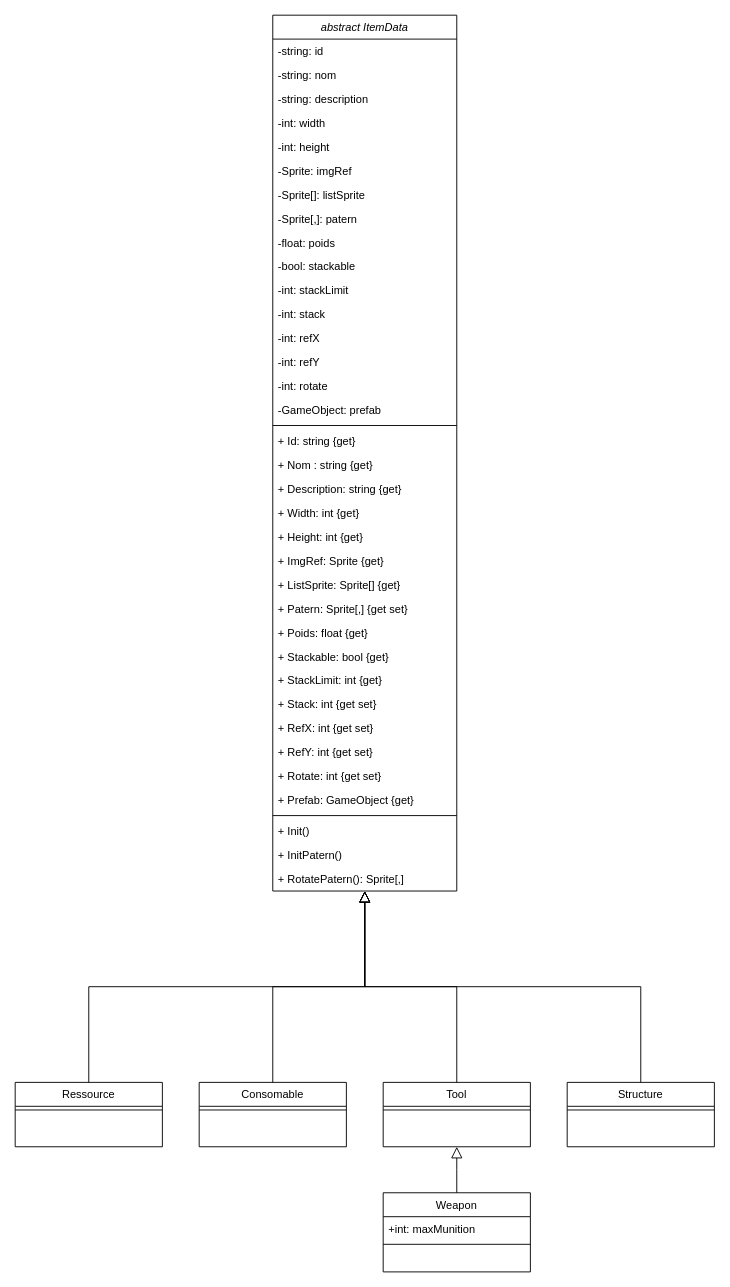
Before: uml/Item.drawio in Limacha/le-Seigneur-des-agnions, a draw.io diagram. Source tidied: cells renumbered, new cells numbered last; positions are measured from the earlier drawing's top-left corner, leaving out a move shared by most shapes. Both pictures are drawn from the tidied source at 92%, with x=0, y=0 at pixel (15, 15).
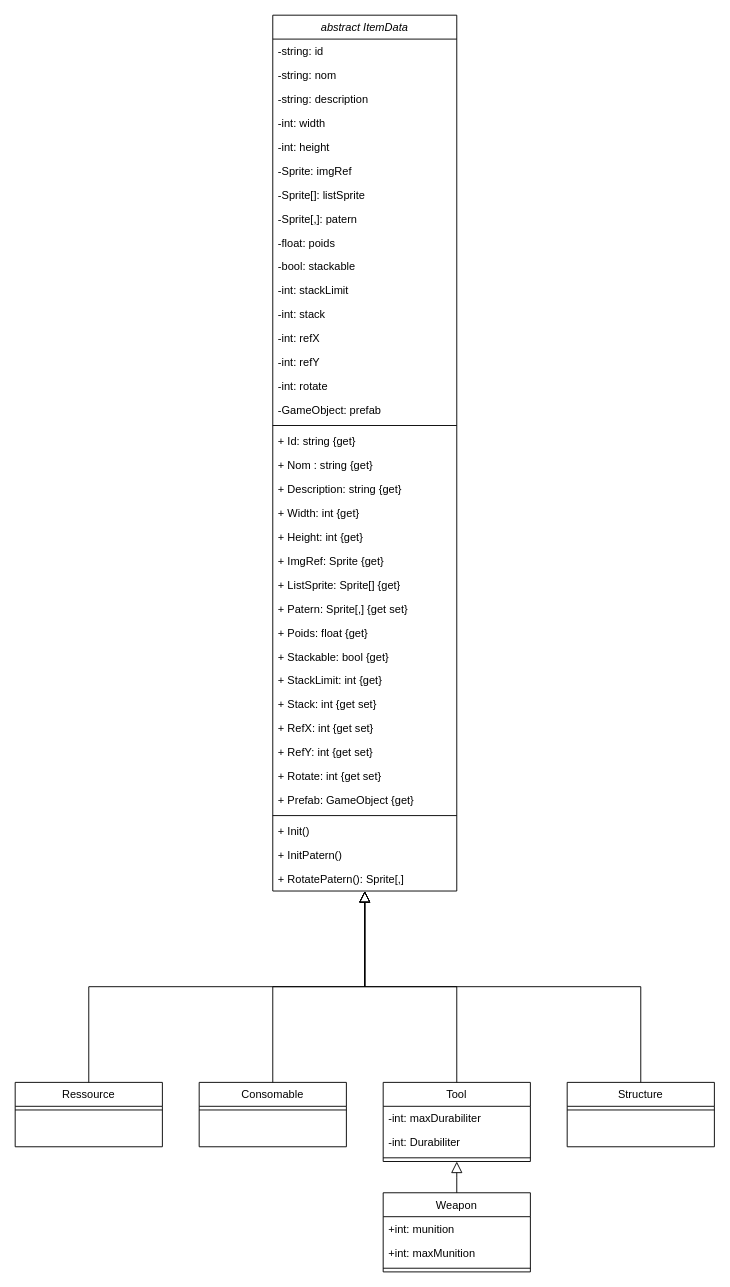
After the change.

Unchanged cells that the change refers to:
```xml
<mxCell id="49" value="Weapon" style="swimlane;fontStyle=0;align=center;verticalAlign=top;horizontal=1;startSize=26;rounded=0;shadow=0;strokeWidth=1;" parent="1" vertex="1">
  <mxGeometry x="400" y="1280" width="160" height="86" as="geometry" />
</mxCell>
```

Change to the diagram source:
```diff
@@
     <mxCell id="46" value="Tool" style="swimlane;fontStyle=0;align=center;verticalAlign=top;horizontal=1;startSize=26;rounded=0;shadow=0;strokeWidth=1;" parent="1" vertex="1">
-      <mxGeometry x="400" y="1160" width="160" height="70" as="geometry" />
+      <mxGeometry x="400" y="1160" width="160" height="86" as="geometry" />
     </mxCell>
+    <mxCell id="56" value="-int: maxDurabiliter" style="text;align=left;verticalAlign=top;spacingLeft=4;spacingRight=4;overflow=hidden;rounded=0;shadow=0;html=0;" parent="46" vertex="1">
+      <mxGeometry y="26" width="160" height="26" as="geometry" />
+    </mxCell>
+    <mxCell id="57" value="-int: Durabiliter" style="text;align=left;verticalAlign=top;spacingLeft=4;spacingRight=4;overflow=hidden;rounded=0;shadow=0;html=0;" parent="46" vertex="1">
+      <mxGeometry y="52" width="160" height="26" as="geometry" />
+    </mxCell>
     <mxCell id="47" style="line;html=1;strokeWidth=1;align=left;verticalAlign=middle;spacingTop=-1;spacingLeft=3;spacingRight=3;labelPosition=right;" parent="46" vertex="1">
-      <mxGeometry y="26" width="160" height="8" as="geometry" />
+      <mxGeometry y="78" width="160" height="8" as="geometry" />
     </mxCell>
@@
+    <mxCell id="58" value="+int: munition" style="text;align=left;verticalAlign=top;spacingLeft=4;spacingRight=4;overflow=hidden;rounded=0;shadow=0;html=0;" parent="49" vertex="1">
+      <mxGeometry y="26" width="160" height="26" as="geometry" />
+    </mxCell>
     <mxCell id="50" value="+int: maxMunition" style="text;align=left;verticalAlign=top;spacingLeft=4;spacingRight=4;overflow=hidden;rounded=0;shadow=0;html=0;" parent="49" vertex="1">
-      <mxGeometry y="26" width="160" height="26" as="geometry" />
+      <mxGeometry y="52" width="160" height="26" as="geometry" />
     </mxCell>
     <mxCell id="51" style="line;html=1;strokeWidth=1;align=left;verticalAlign=middle;spacingTop=-1;spacingLeft=3;spacingRight=3;labelPosition=right;" parent="49" vertex="1">
-      <mxGeometry y="52" width="160" height="8" as="geometry" />
+      <mxGeometry y="78" width="160" height="8" as="geometry" />
     </mxCell>
```
